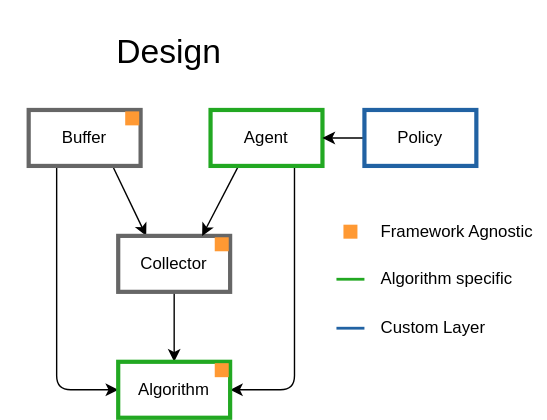
Before: docs/design.svg, a diagram exported from draw.io (TolgaOk/Modular-Baselines). Source tidied: cells renumbered, new cells last; positions are measured from the earlier drawing's top-left corner, leaving out a move shared by most shapes.
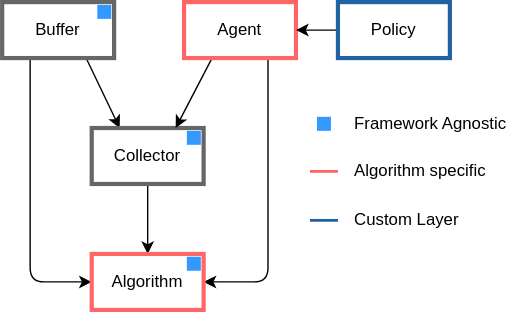
After the commit.

Diff of the diagram source:
```diff
@@ -23,7 +23,7 @@
     <mxCell id="8" style="edgeStyle=orthogonalEdgeStyle;html=1;exitX=0.75;exitY=1;exitDx=0;exitDy=0;entryX=1;entryY=0.5;entryDx=0;entryDy=0;elbow=vertical;strokeWidth=1;rounded=1;" parent="1" edge="1" source="9" target="12">
       <mxGeometry relative="1" as="geometry" />
     </mxCell>
-    <mxCell id="9" value="Agent" style="rounded=0;whiteSpace=wrap;html=1;strokeColor=#22A822;strokeWidth=3;" parent="1" vertex="1">
+    <mxCell id="9" value="Agent" style="rounded=0;whiteSpace=wrap;html=1;strokeColor=#FF6666;strokeWidth=3;" parent="1" vertex="1">
       <mxGeometry x="150" y="78" width="80" height="40" as="geometry" />
     </mxCell>
     <mxCell id="10" style="edgeStyle=none;html=1;exitX=0;exitY=0.5;exitDx=0;exitDy=0;" parent="1" edge="1" source="11" target="9">
@@ -32,25 +32,25 @@
     <mxCell id="11" value="Policy" style="rounded=0;whiteSpace=wrap;html=1;strokeColor=#2162A3;strokeWidth=3;" parent="1" vertex="1">
       <mxGeometry x="260" y="78" width="80" height="40" as="geometry" />
     </mxCell>
-    <mxCell id="12" value="Algorithm" style="rounded=0;whiteSpace=wrap;html=1;strokeColor=#22A822;strokeWidth=3;glass=0;sketch=0;shadow=0;" parent="1" vertex="1">
+    <mxCell id="12" value="Algorithm" style="rounded=0;whiteSpace=wrap;html=1;strokeColor=#FF6666;strokeWidth=3;glass=0;sketch=0;shadow=0;" parent="1" vertex="1">
       <mxGeometry x="84" y="258" width="80" height="40" as="geometry" />
     </mxCell>
-    <mxCell id="13" style="whiteSpace=wrap;html=1;shadow=0;glass=0;sketch=0;strokeColor=none;strokeWidth=2;fillColor=#FF9933;" parent="1" vertex="1">
-      <mxGeometry x="153" y="169" width="10" height="10" as="geometry" />
+    <mxCell id="13" style="whiteSpace=wrap;html=1;shadow=0;glass=0;sketch=0;strokeColor=none;strokeWidth=2;fillColor=#3399FF;" parent="1" vertex="1">
+      <mxGeometry x="152" y="170" width="10" height="10" as="geometry" />
     </mxCell>
-    <mxCell id="14" style="whiteSpace=wrap;html=1;shadow=0;glass=0;sketch=0;strokeColor=none;strokeWidth=2;fillColor=#FF9933;" parent="1" vertex="1">
-      <mxGeometry x="89" y="79" width="10" height="10" as="geometry" />
+    <mxCell id="14" style="whiteSpace=wrap;html=1;shadow=0;glass=0;sketch=0;strokeColor=none;strokeWidth=2;fillColor=#3399FF;" parent="1" vertex="1">
+      <mxGeometry x="88" y="80" width="10" height="10" as="geometry" />
     </mxCell>
-    <mxCell id="15" style="whiteSpace=wrap;html=1;shadow=0;glass=0;sketch=0;strokeColor=none;strokeWidth=2;fillColor=#FF9933;" parent="1" vertex="1">
-      <mxGeometry x="153" y="259" width="10" height="10" as="geometry" />
+    <mxCell id="15" style="whiteSpace=wrap;html=1;shadow=0;glass=0;sketch=0;strokeColor=none;strokeWidth=2;fillColor=#3399FF;" parent="1" vertex="1">
+      <mxGeometry x="152" y="260" width="10" height="10" as="geometry" />
     </mxCell>
-    <mxCell id="16" style="whiteSpace=wrap;html=1;shadow=0;glass=0;sketch=0;strokeColor=none;strokeWidth=2;fillColor=#FF9933;" parent="1" vertex="1">
+    <mxCell id="16" style="whiteSpace=wrap;html=1;shadow=0;glass=0;sketch=0;strokeColor=none;strokeWidth=2;fillColor=#3399FF;" parent="1" vertex="1">
       <mxGeometry x="245" y="160" width="10" height="10" as="geometry" />
     </mxCell>
     <mxCell id="17" value="Framework Agnostic" style="text;html=1;strokeColor=none;fillColor=none;align=left;verticalAlign=middle;whiteSpace=wrap;rounded=0;shadow=0;glass=0;sketch=0;" parent="1" vertex="1">
       <mxGeometry x="270" y="150" width="120" height="30" as="geometry" />
     </mxCell>
-    <mxCell id="18" style="endArrow=none;html=1;elbow=vertical;strokeColor=#22A822;strokeWidth=2;" parent="1" edge="1">
+    <mxCell id="18" style="endArrow=none;html=1;elbow=vertical;strokeColor=#FF6666;strokeWidth=2;" parent="1" edge="1">
       <mxGeometry relative="1" as="geometry">
         <mxPoint x="240" y="199" as="sourcePoint" />
         <mxPoint x="260" y="199" as="targetPoint" />
@@ -68,8 +68,5 @@
     <mxCell id="21" value="Custom Layer" style="text;html=1;strokeColor=none;fillColor=none;align=left;verticalAlign=middle;whiteSpace=wrap;rounded=0;shadow=0;glass=0;sketch=0;" parent="1" vertex="1">
       <mxGeometry x="270" y="219" width="100" height="30" as="geometry" />
     </mxCell>
-    <mxCell id="22" value="&lt;h1&gt;&lt;span style=&quot;font-weight: normal&quot;&gt;Design&lt;/span&gt;&lt;/h1&gt;" style="text;html=1;strokeColor=none;fillColor=none;align=center;verticalAlign=top;whiteSpace=wrap;rounded=0;" parent="1" vertex="1">
-      <mxGeometry width="241" height="60" as="geometry" />
-    </mxCell>
   </root>
 </mxGraphModel>
```
